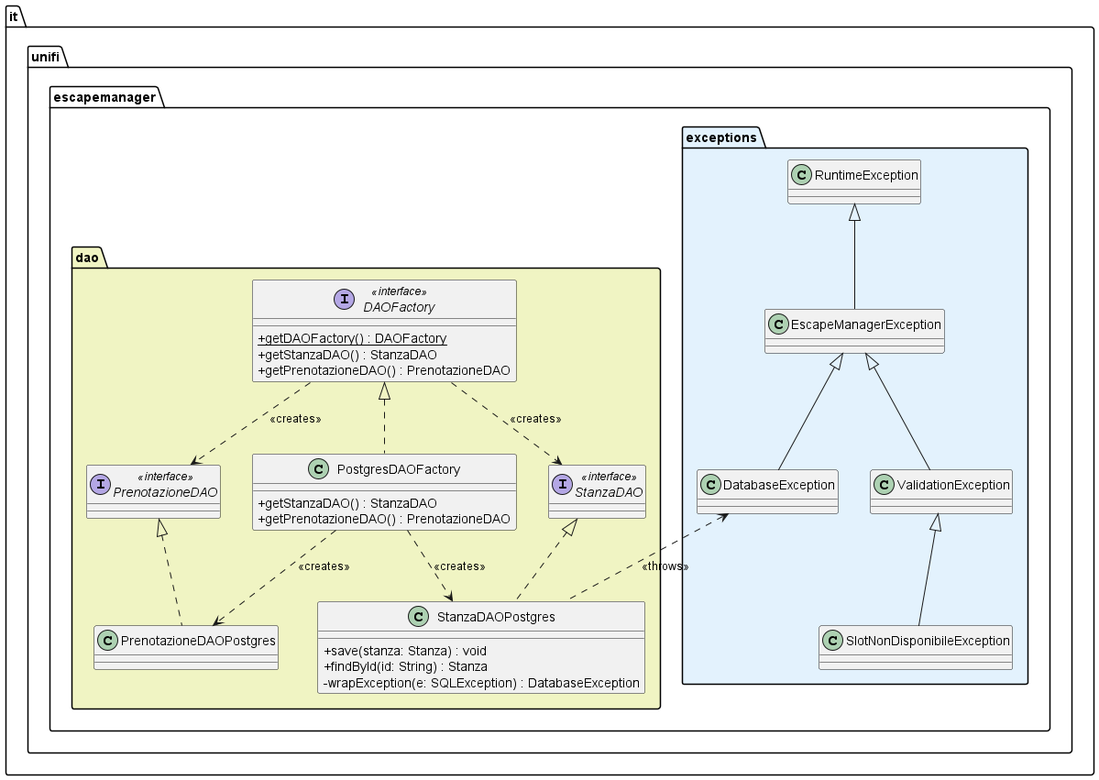
The PlantUML diagram LaTeX/images/class_diagram_persistence.png in Adrycasta04/EscapeManager, before a commit. Source of this version:
```plantuml
@startuml class_diagram_persistence
skinparam classAttributeIconSize 0

package "it.unifi.escapemanager.exceptions" #E3F2FD {
    class EscapeManagerException extends RuntimeException

    class DatabaseException extends EscapeManagerException

    class ValidationException extends EscapeManagerException

    class SlotNonDisponibileException extends ValidationException
}

package "it.unifi.escapemanager.dao" #F0F4C3 {
    interface DAOFactory <<interface>> {
        + {static} getDAOFactory() : DAOFactory
        + getStanzaDAO() : StanzaDAO
        + getPrenotazioneDAO() : PrenotazioneDAO
    }

    class PostgresDAOFactory implements DAOFactory {
        + getStanzaDAO() : StanzaDAO
        + getPrenotazioneDAO() : PrenotazioneDAO
    }

    interface StanzaDAO <<interface>>
    interface PrenotazioneDAO <<interface>>

    class StanzaDAOPostgres implements StanzaDAO {
        + save(stanza: Stanza) : void
        + findById(id: String) : Stanza
        - wrapException(e: SQLException) : DatabaseException
    }

    class PrenotazioneDAOPostgres implements PrenotazioneDAO

    DAOFactory .down.> StanzaDAO : <<creates>>
    DAOFactory .down.> PrenotazioneDAO : <<creates>>

    PostgresDAOFactory .down.> StanzaDAOPostgres : <<creates>>
    PostgresDAOFactory .down.> PrenotazioneDAOPostgres : <<creates>>

    StanzaDAOPostgres .up.> DatabaseException : <<throws>>
}
@enduml
```
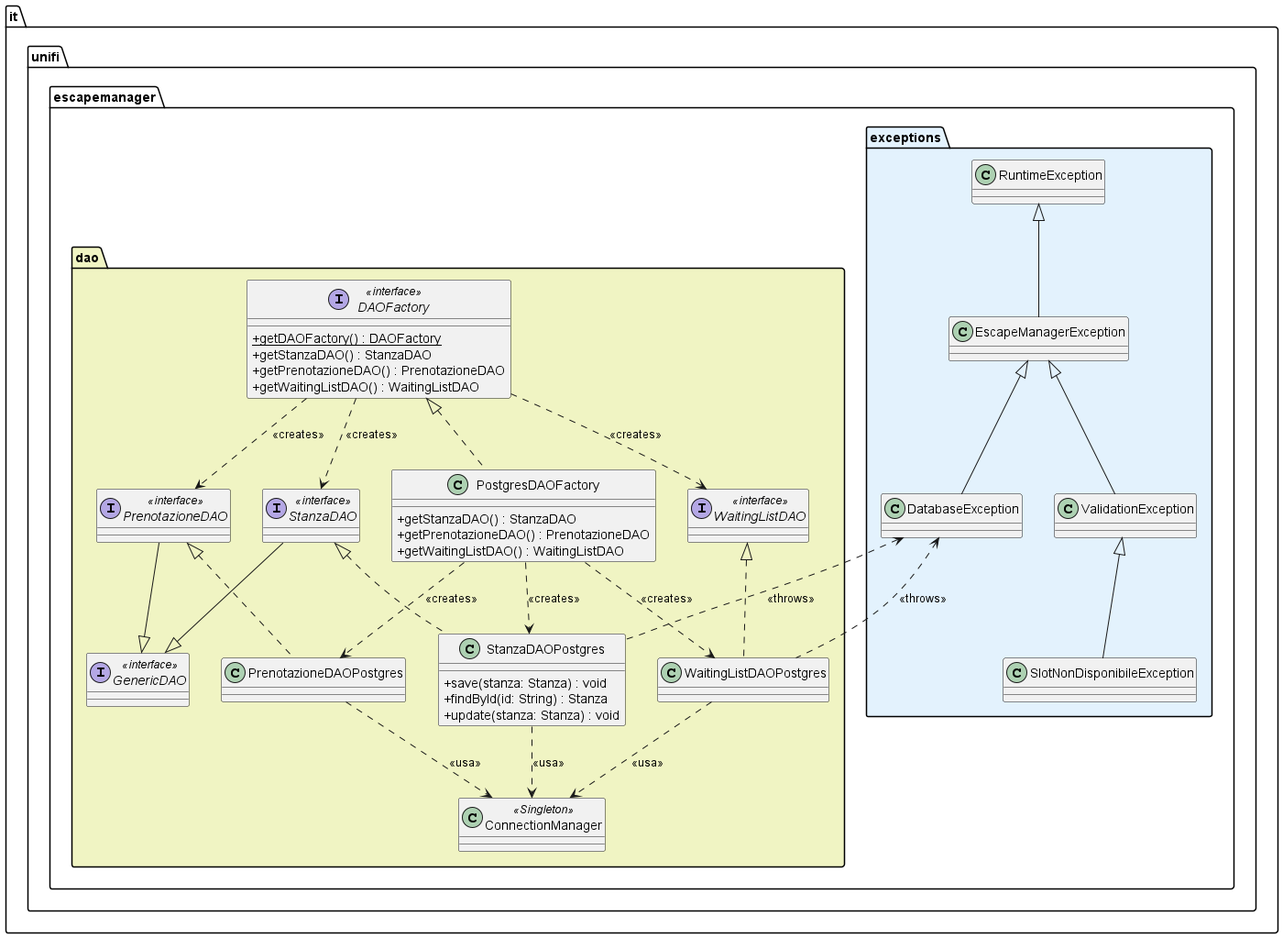
After the commit.

Diff of the diagram source:
```diff
@@ -16,30 +16,46 @@
         + {static} getDAOFactory() : DAOFactory
         + getStanzaDAO() : StanzaDAO
         + getPrenotazioneDAO() : PrenotazioneDAO
+        + getWaitingListDAO() : WaitingListDAO
     }
 
     class PostgresDAOFactory implements DAOFactory {
         + getStanzaDAO() : StanzaDAO
         + getPrenotazioneDAO() : PrenotazioneDAO
+        + getWaitingListDAO() : WaitingListDAO
     }
 
+    interface GenericDAO <<interface>>
     interface StanzaDAO <<interface>>
     interface PrenotazioneDAO <<interface>>
+    interface WaitingListDAO <<interface>>
+    class ConnectionManager <<Singleton>>
 
     class StanzaDAOPostgres implements StanzaDAO {
         + save(stanza: Stanza) : void
         + findById(id: String) : Stanza
-        - wrapException(e: SQLException) : DatabaseException
+        + update(stanza: Stanza) : void
     }
 
     class PrenotazioneDAOPostgres implements PrenotazioneDAO
+    class WaitingListDAOPostgres implements WaitingListDAO
 
     DAOFactory .down.> StanzaDAO : <<creates>>
     DAOFactory .down.> PrenotazioneDAO : <<creates>>
+    DAOFactory .down.> WaitingListDAO : <<creates>>
 
     PostgresDAOFactory .down.> StanzaDAOPostgres : <<creates>>
     PostgresDAOFactory .down.> PrenotazioneDAOPostgres : <<creates>>
+    PostgresDAOFactory .down.> WaitingListDAOPostgres : <<creates>>
 
     StanzaDAOPostgres .up.> DatabaseException : <<throws>>
+    WaitingListDAOPostgres .up.> DatabaseException : <<throws>>
+
+    StanzaDAO --|> GenericDAO
+    PrenotazioneDAO --|> GenericDAO
+
+    StanzaDAOPostgres ..> ConnectionManager : <<usa>>
+    PrenotazioneDAOPostgres ..> ConnectionManager : <<usa>>
+    WaitingListDAOPostgres ..> ConnectionManager : <<usa>>
 }
 @enduml
```
